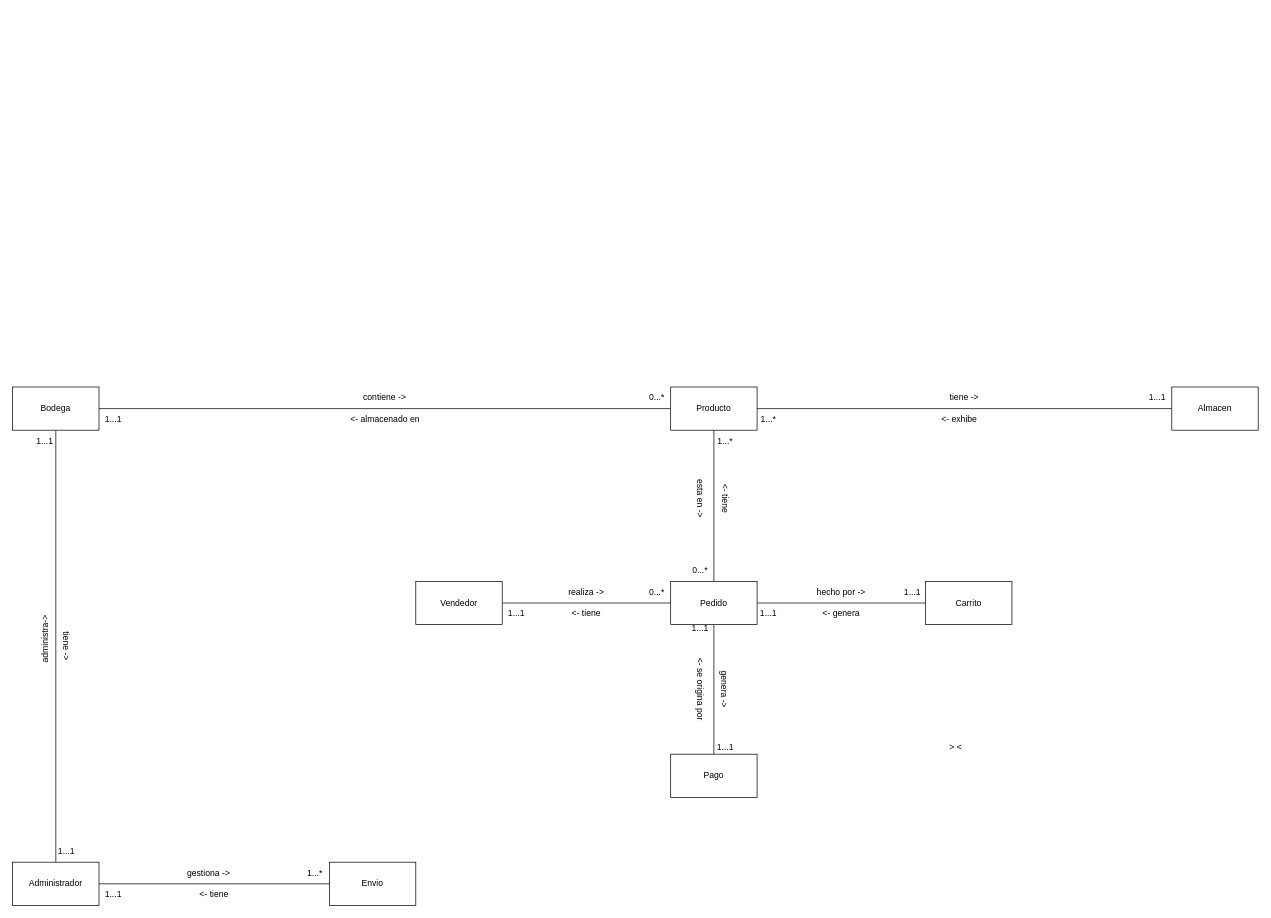
Above: modelo de dominio.drawio in Elkenway/Pedidos (draw.io), before the change. Source tidied: cells renumbered, new cells numbered last; positions are measured from the earlier drawing's top-left corner, leaving out a move shared by most shapes. Both pictures are drawn from the tidied source at 72%, with x=0, y=0 at pixel (12, 387).
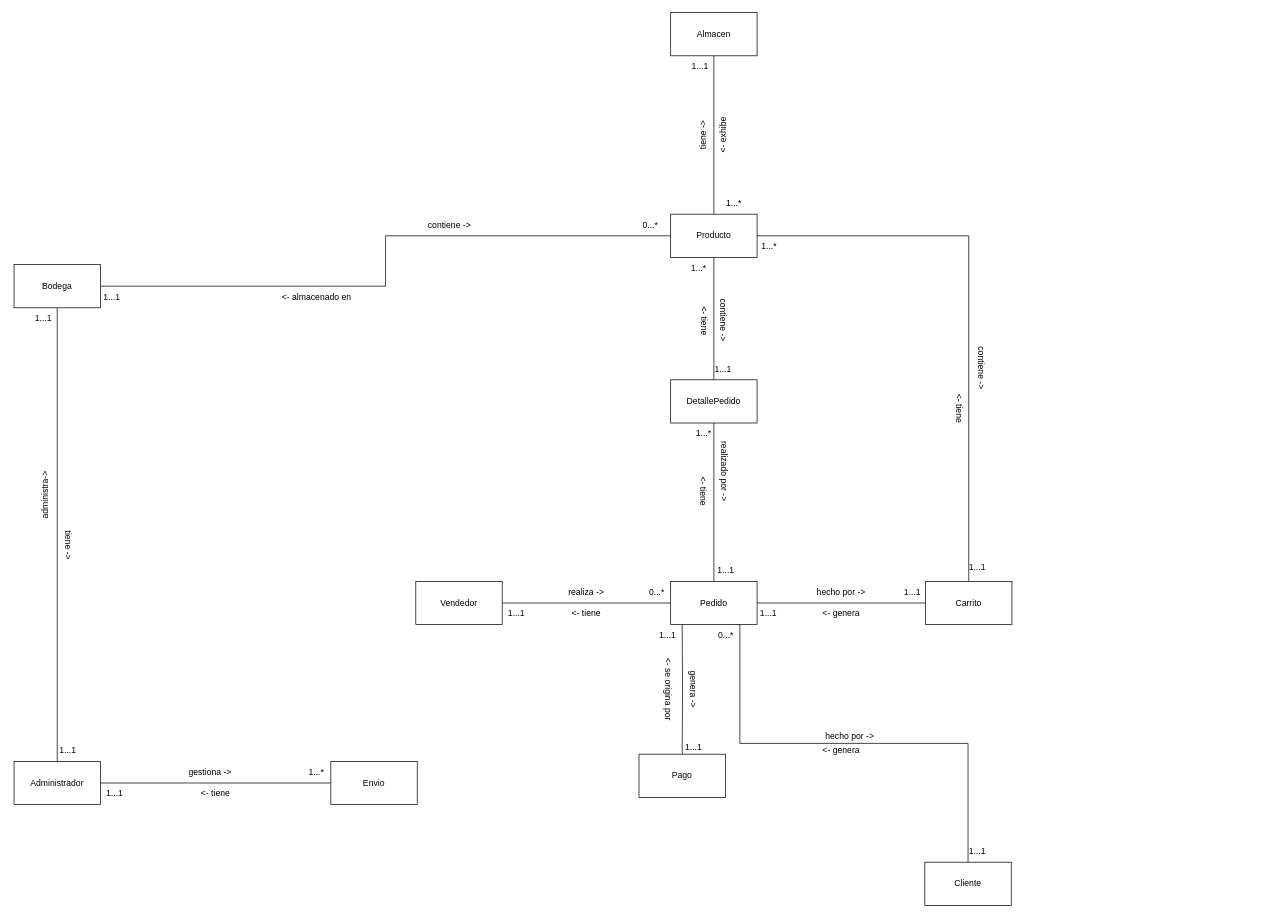
After the change.

Unchanged cells that the change refers to:
```xml
<mxCell id="12" value="Pedido" style="rounded=0;whiteSpace=wrap;html=1;" parent="1" vertex="1">
  <mxGeometry x="914" y="270" width="120" height="60" as="geometry" />
</mxCell>
<mxCell id="13" value="Carrito" style="rounded=0;whiteSpace=wrap;html=1;" parent="1" vertex="1">
  <mxGeometry x="1268" y="270" width="120" height="60" as="geometry" />
</mxCell>
```

The edit, as a diff of the source:
```diff
@@
+    <mxCell id="52" style="edgeStyle=orthogonalEdgeStyle;rounded=0;jettySize=auto;html=1;entryX=0.5;entryY=0;entryDx=0;entryDy=0;endArrow=none;endFill=0;" parent="1" edge="1" source="4" target="13">
+      <mxGeometry relative="1" as="geometry" />
+    </mxCell>
     <mxCell id="4" value="Producto" style="rounded=0;whiteSpace=wrap;html=1;" parent="1" vertex="1">
-      <mxGeometry x="914" width="120" height="60" as="geometry" />
+      <mxGeometry x="914" y="-240" width="120" height="60" as="geometry" />
     </mxCell>
     <mxCell id="5" value="Almacen" style="rounded=0;whiteSpace=wrap;html=1;" parent="1" vertex="1">
-      <mxGeometry x="1610" width="120" height="60" as="geometry" />
+      <mxGeometry x="914" y="-520" width="120" height="60" as="geometry" />
     </mxCell>
@@
     <mxCell id="7" value="Bodega" style="rounded=0;whiteSpace=wrap;html=1;" parent="1" vertex="1">
-      <mxGeometry width="120" height="60" as="geometry" />
+      <mxGeometry x="2" y="-170" width="120" height="60" as="geometry" />
     </mxCell>
@@
-    <mxCell id="9" style="edgeStyle=orthogonalEdgeStyle;rounded=0;jettySize=auto;html=1;entryX=0.5;entryY=0;entryDx=0;entryDy=0;endArrow=none;endFill=0;" parent="1" edge="1" source="12" target="15">
-      <mxGeometry relative="1" as="geometry" />
+    <mxCell id="9" style="edgeStyle=orthogonalEdgeStyle;rounded=0;jettySize=auto;html=1;entryX=0.5;entryY=0;entryDx=0;entryDy=0;endArrow=none;endFill=0;" parent="1" edge="1" target="15">
+      <mxGeometry relative="1" as="geometry">
+        <mxPoint x="930" y="330" as="sourcePoint" />
+      </mxGeometry>
     </mxCell>
@@
-    <mxCell id="11" style="edgeStyle=orthogonalEdgeStyle;rounded=0;jettySize=auto;html=1;endArrow=none;endFill=0;" parent="1" edge="1" source="12" target="4">
-      <mxGeometry relative="1" as="geometry" />
-    </mxCell>
+    <mxCell id="53" style="edgeStyle=orthogonalEdgeStyle;rounded=0;jettySize=auto;html=1;exitX=0.75;exitY=1;exitDx=0;exitDy=0;entryX=0.5;entryY=0;entryDx=0;entryDy=0;endArrow=none;endFill=0;" parent="1" edge="1" source="12" target="55">
+      <mxGeometry relative="1" as="geometry">
+        <Array as="points">
+          <mxPoint x="1010.1" y="330.1" />
+          <mxPoint x="1010.1" y="495" />
+          <mxPoint x="1327" y="495" />
+        </Array>
+      </mxGeometry>
+    </mxCell>
+    <mxCell id="54" style="edgeStyle=orthogonalEdgeStyle;rounded=0;jettySize=auto;html=1;exitX=0.5;exitY=0;exitDx=0;exitDy=0;endArrow=none;endFill=0;" parent="1" edge="1" source="12" target="57">
+      <mxGeometry relative="1" as="geometry" />
+    </mxCell>
@@
     <mxCell id="15" value="Pago" style="rounded=0;whiteSpace=wrap;html=1;" parent="1" vertex="1">
-      <mxGeometry x="914" y="510" width="120" height="60" as="geometry" />
+      <mxGeometry x="870" y="510" width="120" height="60" as="geometry" />
     </mxCell>
@@
     <mxCell id="17" value="Administrador" style="rounded=0;whiteSpace=wrap;html=1;" parent="1" vertex="1">
-      <mxGeometry y="660" width="120" height="60" as="geometry" />
+      <mxGeometry x="2" y="520" width="120" height="60" as="geometry" />
     </mxCell>
     <mxCell id="18" value="Envio" style="rounded=0;whiteSpace=wrap;html=1;" parent="1" vertex="1">
-      <mxGeometry x="440" y="660" width="120" height="60" as="geometry" />
+      <mxGeometry x="442" y="520" width="120" height="60" as="geometry" />
     </mxCell>
-    <mxCell id="19" value="&amp;gt;&amp;nbsp;&amp;lt;" style="text;html=1;whiteSpace=wrap;strokeColor=none;fillColor=none;align=center;verticalAlign=middle;rounded=0;" parent="1" vertex="1">
-      <mxGeometry x="1240" y="460" width="140" height="80" as="geometry" />
-    </mxCell>
     <mxCell id="20" value="genera -&amp;gt;" style="text;html=1;whiteSpace=wrap;strokeColor=none;fillColor=none;align=center;verticalAlign=middle;rounded=0;rotation=90;" parent="1" vertex="1">
-      <mxGeometry x="959" y="405" width="60" height="30" as="geometry" />
+      <mxGeometry x="915" y="405" width="60" height="30" as="geometry" />
     </mxCell>
@@
     <mxCell id="25" value="&amp;lt;- se origina por" style="text;html=1;whiteSpace=wrap;strokeColor=none;fillColor=none;align=center;verticalAlign=middle;rounded=0;rotation=90;" parent="1" vertex="1">
-      <mxGeometry x="905" y="405" width="100" height="30" as="geometry" />
+      <mxGeometry x="861" y="405" width="100" height="30" as="geometry" />
     </mxCell>
@@
     <mxCell id="28" value="1...1" style="text;html=1;whiteSpace=wrap;strokeColor=none;fillColor=none;align=center;verticalAlign=middle;rounded=0;" parent="1" vertex="1">
-      <mxGeometry x="960" y="485" width="60" height="30" as="geometry" />
+      <mxGeometry x="916" y="485" width="60" height="30" as="geometry" />
     </mxCell>
     <mxCell id="29" value="1...1" style="text;html=1;whiteSpace=wrap;strokeColor=none;fillColor=none;align=center;verticalAlign=middle;rounded=0;" parent="1" vertex="1">
-      <mxGeometry x="925" y="320" width="60" height="30" as="geometry" />
+      <mxGeometry x="880" y="330" width="60" height="30" as="geometry" />
     </mxCell>
@@
-    <mxCell id="32" value="&amp;lt;- tiene" style="text;html=1;whiteSpace=wrap;strokeColor=none;fillColor=none;align=center;verticalAlign=middle;rounded=0;rotation=90;" parent="1" vertex="1">
-      <mxGeometry x="960" y="140" width="60" height="30" as="geometry" />
-    </mxCell>
-    <mxCell id="33" value="esta en -&amp;gt;" style="text;html=1;whiteSpace=wrap;strokeColor=none;fillColor=none;align=center;verticalAlign=middle;rounded=0;rotation=90;" parent="1" vertex="1">
-      <mxGeometry x="925" y="140" width="60" height="30" as="geometry" />
-    </mxCell>
-    <mxCell id="34" value="0...*" style="text;html=1;whiteSpace=wrap;strokeColor=none;fillColor=none;align=center;verticalAlign=middle;rounded=0;" parent="1" vertex="1">
-      <mxGeometry x="925" y="240" width="60" height="30" as="geometry" />
-    </mxCell>
-    <mxCell id="35" value="1...*" style="text;html=1;whiteSpace=wrap;strokeColor=none;fillColor=none;align=center;verticalAlign=middle;rounded=0;" parent="1" vertex="1">
-      <mxGeometry x="960" y="60" width="60" height="30" as="geometry" />
-    </mxCell>
-    <mxCell id="36" value="tiene -&amp;gt;" style="text;html=1;whiteSpace=wrap;strokeColor=none;fillColor=none;align=center;verticalAlign=middle;rounded=0;rotation=0;" parent="1" vertex="1">
-      <mxGeometry x="1292" width="60" height="30" as="geometry" />
+    <mxCell id="36" value="tiene -&amp;gt;" style="text;html=1;whiteSpace=wrap;strokeColor=none;fillColor=none;align=center;verticalAlign=middle;rounded=0;rotation=-90;" parent="1" vertex="1">
+      <mxGeometry x="929" y="-365" width="60" height="30" as="geometry" />
     </mxCell>
-    <mxCell id="37" value="&amp;lt;- exhibe" style="text;html=1;whiteSpace=wrap;strokeColor=none;fillColor=none;align=center;verticalAlign=middle;rounded=0;" parent="1" vertex="1">
-      <mxGeometry x="1285" y="30" width="60" height="30" as="geometry" />
+    <mxCell id="37" value="&amp;lt;- exhibe" style="text;html=1;whiteSpace=wrap;strokeColor=none;fillColor=none;align=center;verticalAlign=middle;rounded=0;rotation=-90;" parent="1" vertex="1">
+      <mxGeometry x="957" y="-365" width="60" height="30" as="geometry" />
     </mxCell>
     <mxCell id="38" value="1...*" style="text;html=1;whiteSpace=wrap;strokeColor=none;fillColor=none;align=center;verticalAlign=middle;rounded=0;" parent="1" vertex="1">
-      <mxGeometry x="1020" y="30" width="60" height="30" as="geometry" />
+      <mxGeometry x="972" y="-270" width="60" height="30" as="geometry" />
     </mxCell>
     <mxCell id="39" value="1...1" style="text;html=1;whiteSpace=wrap;strokeColor=none;fillColor=none;align=center;verticalAlign=middle;rounded=0;" parent="1" vertex="1">
-      <mxGeometry x="1560" width="60" height="30" as="geometry" />
+      <mxGeometry x="925" y="-460" width="60" height="30" as="geometry" />
     </mxCell>
     <mxCell id="40" value="contiene -&amp;gt;" style="text;html=1;whiteSpace=wrap;strokeColor=none;fillColor=none;align=center;verticalAlign=middle;rounded=0;" parent="1" vertex="1">
-      <mxGeometry x="472" width="90" height="30" as="geometry" />
+      <mxGeometry x="562" y="-240" width="90" height="30" as="geometry" />
     </mxCell>
     <mxCell id="41" value="&amp;lt;- almacenado en" style="text;html=1;whiteSpace=wrap;strokeColor=none;fillColor=none;align=center;verticalAlign=middle;rounded=0;rotation=0;" parent="1" vertex="1">
-      <mxGeometry x="460" y="30" width="115" height="30" as="geometry" />
+      <mxGeometry x="364.5" y="-140" width="115" height="30" as="geometry" />
     </mxCell>
     <mxCell id="42" value="0...*" style="text;html=1;whiteSpace=wrap;strokeColor=none;fillColor=none;align=center;verticalAlign=middle;rounded=0;" parent="1" vertex="1">
-      <mxGeometry x="865" width="60" height="30" as="geometry" />
+      <mxGeometry x="856" y="-240" width="60" height="30" as="geometry" />
     </mxCell>
     <mxCell id="43" value="1...1" style="text;html=1;whiteSpace=wrap;strokeColor=none;fillColor=none;align=center;verticalAlign=middle;rounded=0;" parent="1" vertex="1">
-      <mxGeometry x="110" y="30" width="60" height="30" as="geometry" />
+      <mxGeometry x="108" y="-140" width="60" height="30" as="geometry" />
     </mxCell>
     <mxCell id="44" value="tiene -&amp;gt;" style="text;html=1;whiteSpace=wrap;strokeColor=none;fillColor=none;align=center;verticalAlign=middle;rounded=0;rotation=90;" parent="1" vertex="1">
-      <mxGeometry x="30" y="345" width="90" height="30" as="geometry" />
+      <mxGeometry x="32" y="205" width="90" height="30" as="geometry" />
     </mxCell>
     <mxCell id="45" value="administra-&amp;gt;" style="text;html=1;whiteSpace=wrap;strokeColor=none;fillColor=none;align=center;verticalAlign=middle;rounded=0;rotation=-90;" parent="1" vertex="1">
-      <mxGeometry x="5" y="335" width="80" height="30" as="geometry" />
+      <mxGeometry x="5" y="135" width="80" height="30" as="geometry" />
     </mxCell>
     <mxCell id="46" value="1...1" style="text;html=1;whiteSpace=wrap;strokeColor=none;fillColor=none;align=center;verticalAlign=middle;rounded=0;" parent="1" vertex="1">
-      <mxGeometry x="15" y="60" width="60" height="30" as="geometry" />
+      <mxGeometry x="13" y="-110" width="60" height="30" as="geometry" />
     </mxCell>
     <mxCell id="47" value="1...1" style="text;html=1;whiteSpace=wrap;strokeColor=none;fillColor=none;align=center;verticalAlign=middle;rounded=0;" parent="1" vertex="1">
-      <mxGeometry x="45" y="630" width="60" height="30" as="geometry" />
+      <mxGeometry x="47" y="490" width="60" height="30" as="geometry" />
     </mxCell>
     <mxCell id="48" value="gestiona -&amp;gt;" style="text;html=1;whiteSpace=wrap;strokeColor=none;fillColor=none;align=center;verticalAlign=middle;rounded=0;" parent="1" vertex="1">
-      <mxGeometry x="224" y="660" width="97" height="30" as="geometry" />
+      <mxGeometry x="226" y="520" width="97" height="30" as="geometry" />
     </mxCell>
     <mxCell id="49" value="&amp;lt;- tiene" style="text;html=1;whiteSpace=wrap;strokeColor=none;fillColor=none;align=center;verticalAlign=middle;rounded=0;" parent="1" vertex="1">
-      <mxGeometry x="250" y="690" width="60" height="30" as="geometry" />
+      <mxGeometry x="252" y="550" width="60" height="30" as="geometry" />
     </mxCell>
     <mxCell id="50" value="1...1" style="text;html=1;whiteSpace=wrap;strokeColor=none;fillColor=none;align=center;verticalAlign=middle;rounded=0;" parent="1" vertex="1">
-      <mxGeometry x="110" y="690" width="60" height="30" as="geometry" />
+      <mxGeometry x="112" y="550" width="60" height="30" as="geometry" />
     </mxCell>
     <mxCell id="51" value="1...*" style="text;html=1;whiteSpace=wrap;strokeColor=none;fillColor=none;align=center;verticalAlign=middle;rounded=0;" parent="1" vertex="1">
-      <mxGeometry x="390" y="660" width="60" height="30" as="geometry" />
+      <mxGeometry x="392" y="520" width="60" height="30" as="geometry" />
     </mxCell>
+    <mxCell id="55" value="Cliente" style="rounded=0;whiteSpace=wrap;html=1;" parent="1" vertex="1">
+      <mxGeometry x="1267" y="660" width="120" height="60" as="geometry" />
+    </mxCell>
+    <mxCell id="56" style="edgeStyle=orthogonalEdgeStyle;rounded=0;jettySize=auto;html=1;exitX=0.5;exitY=0;exitDx=0;exitDy=0;entryX=0.5;entryY=1;entryDx=0;entryDy=0;endArrow=none;endFill=0;" parent="1" edge="1" source="57" target="4">
+      <mxGeometry relative="1" as="geometry" />
+    </mxCell>
+    <mxCell id="57" value="DetallePedido" style="whiteSpace=wrap;html=1;" parent="1" vertex="1">
+      <mxGeometry x="914" y="-10" width="120" height="60" as="geometry" />
+    </mxCell>
+    <mxCell id="58" value="realizado por -&amp;gt;&amp;nbsp;" style="text;html=1;whiteSpace=wrap;strokeColor=none;fillColor=none;align=center;verticalAlign=middle;rounded=0;rotation=90;" parent="1" vertex="1">
+      <mxGeometry x="940.5" y="103.5" width="97" height="30" as="geometry" />
+    </mxCell>
+    <mxCell id="59" value="1...1" style="text;html=1;whiteSpace=wrap;strokeColor=none;fillColor=none;align=center;verticalAlign=middle;rounded=0;" parent="1" vertex="1">
+      <mxGeometry x="961" y="240" width="60" height="30" as="geometry" />
+    </mxCell>
+    <mxCell id="60" value="&amp;lt;- tiene" style="text;html=1;whiteSpace=wrap;strokeColor=none;fillColor=none;align=center;verticalAlign=middle;rounded=0;rotation=90;fontFamily=Helvetica;fontSize=12;fontColor=default;" parent="1" vertex="1">
+      <mxGeometry x="929" y="130" width="60" height="30" as="geometry" />
+    </mxCell>
+    <mxCell id="61" value="1...*" style="text;html=1;whiteSpace=wrap;strokeColor=none;fillColor=none;align=center;verticalAlign=middle;rounded=0;" parent="1" vertex="1">
+      <mxGeometry x="930" y="50" width="60" height="30" as="geometry" />
+    </mxCell>
+    <mxCell id="62" value="&amp;lt;- tiene" style="text;html=1;whiteSpace=wrap;strokeColor=none;fillColor=none;align=center;verticalAlign=middle;rounded=0;rotation=90;fontFamily=Helvetica;fontSize=12;fontColor=default;" parent="1" vertex="1">
+      <mxGeometry x="931" y="-106.5" width="60" height="30" as="geometry" />
+    </mxCell>
+    <mxCell id="63" value="1...*" style="text;html=1;whiteSpace=wrap;strokeColor=none;fillColor=none;align=center;verticalAlign=middle;rounded=0;" parent="1" vertex="1">
+      <mxGeometry x="923" y="-180" width="60" height="30" as="geometry" />
+    </mxCell>
+    <mxCell id="64" value="contiene -&amp;gt;&amp;nbsp;" style="text;html=1;whiteSpace=wrap;strokeColor=none;fillColor=none;align=center;verticalAlign=middle;rounded=0;rotation=90;" parent="1" vertex="1">
+      <mxGeometry x="938.5" y="-106.5" width="97" height="30" as="geometry" />
+    </mxCell>
+    <mxCell id="65" value="1...1" style="text;html=1;whiteSpace=wrap;strokeColor=none;fillColor=none;align=center;verticalAlign=middle;rounded=0;" parent="1" vertex="1">
+      <mxGeometry x="957" y="-40" width="60" height="30" as="geometry" />
+    </mxCell>
+    <mxCell id="66" value="hecho por -&amp;gt;" style="text;html=1;whiteSpace=wrap;strokeColor=none;fillColor=none;align=center;verticalAlign=middle;rounded=0;" parent="1" vertex="1">
+      <mxGeometry x="1118" y="470" width="90" height="30" as="geometry" />
+    </mxCell>
+    <mxCell id="67" value="1...1" style="text;html=1;whiteSpace=wrap;strokeColor=none;fillColor=none;align=center;verticalAlign=middle;rounded=0;" parent="1" vertex="1">
+      <mxGeometry x="1310" y="630" width="60" height="30" as="geometry" />
+    </mxCell>
+    <mxCell id="68" value="&amp;lt;- genera" style="text;html=1;whiteSpace=wrap;strokeColor=none;fillColor=none;align=center;verticalAlign=middle;rounded=0;" parent="1" vertex="1">
+      <mxGeometry x="1121" y="490" width="60" height="30" as="geometry" />
+    </mxCell>
+    <mxCell id="34" value="0...*" style="text;html=1;whiteSpace=wrap;strokeColor=none;fillColor=none;align=center;verticalAlign=middle;rounded=0;" parent="1" vertex="1">
+      <mxGeometry x="961" y="330" width="60" height="30" as="geometry" />
+    </mxCell>
+    <mxCell id="69" value="&amp;lt;- tiene" style="text;html=1;whiteSpace=wrap;strokeColor=none;fillColor=none;align=center;verticalAlign=middle;rounded=0;rotation=90;fontFamily=Helvetica;fontSize=12;fontColor=default;" parent="1" vertex="1">
+      <mxGeometry x="1285" y="15" width="60" height="30" as="geometry" />
+    </mxCell>
+    <mxCell id="70" value="1...*" style="text;html=1;whiteSpace=wrap;strokeColor=none;fillColor=none;align=center;verticalAlign=middle;rounded=0;" parent="1" vertex="1">
+      <mxGeometry x="1021" y="-210" width="60" height="30" as="geometry" />
+    </mxCell>
+    <mxCell id="71" value="contiene -&amp;gt;&amp;nbsp;" style="text;html=1;whiteSpace=wrap;strokeColor=none;fillColor=none;align=center;verticalAlign=middle;rounded=0;rotation=90;" parent="1" vertex="1">
+      <mxGeometry x="1296.5" y="-40" width="97" height="30" as="geometry" />
+    </mxCell>
+    <mxCell id="72" value="1...1" style="text;html=1;whiteSpace=wrap;strokeColor=none;fillColor=none;align=center;verticalAlign=middle;rounded=0;" parent="1" vertex="1">
+      <mxGeometry x="1310" y="235" width="60" height="30" as="geometry" />
+    </mxCell>
```
